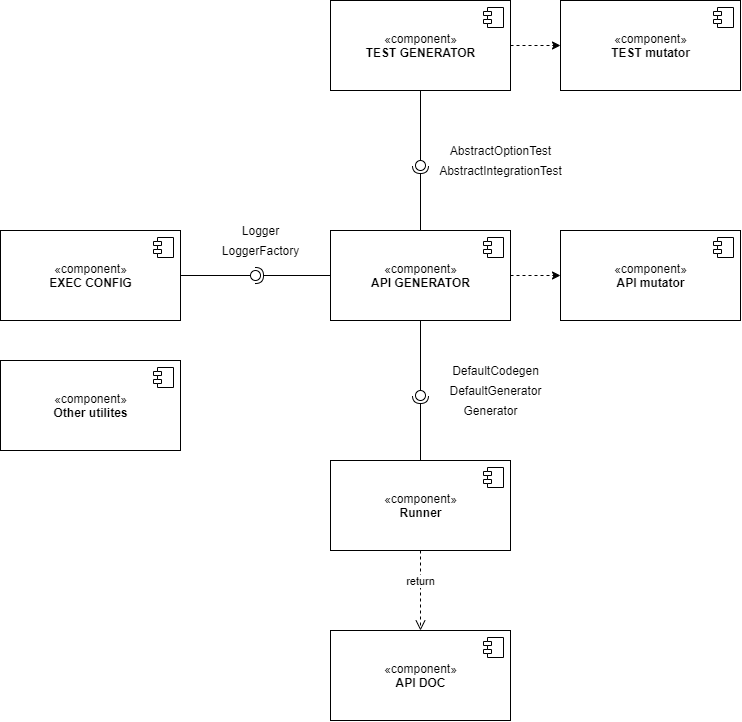
AISS-2021-L6-G02/AISS-2021-L6-G02 keeps this draw.io diagram as Documentos/Diagramas/diagrama componentes.png. Above is the earlier version. Source tidied: cells renumbered, new cells last; positions are measured from the earlier drawing's top-left corner, leaving out a move shared by most shapes.
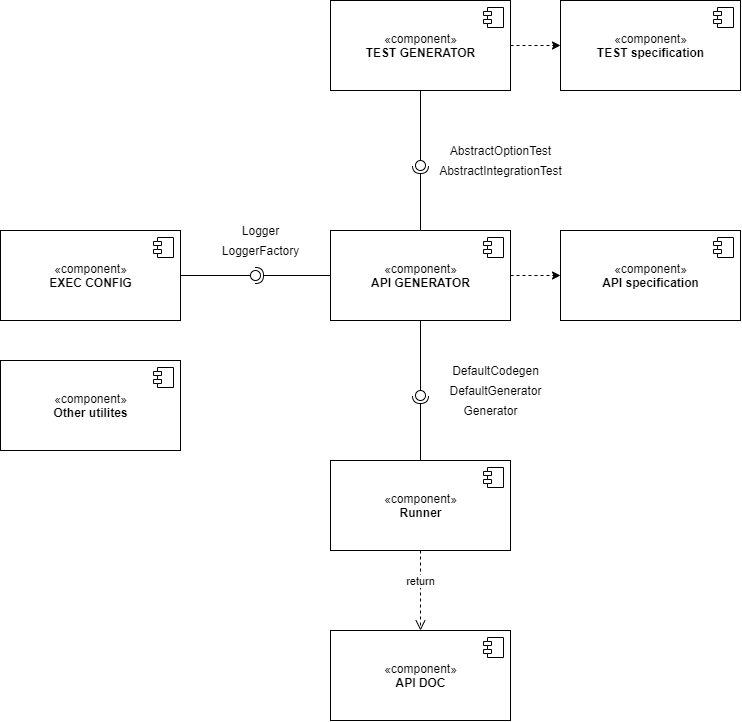
After the change.

Commit message:
few changes on functional view

Diff of the diagram source:
```diff
@@ -41,7 +41,7 @@
         <mxPoint x="-27" y="7" as="offset" />
       </mxGeometry>
     </mxCell>
-    <mxCell id="13" value="«component»&lt;br&gt;&lt;b&gt;API mutator&lt;/b&gt;" style="html=1;" parent="1" vertex="1">
+    <mxCell id="13" value="«component»&lt;br&gt;&lt;b&gt;API specification&lt;/b&gt;" style="html=1;" parent="1" vertex="1">
       <mxGeometry x="560" y="230" width="180" height="90" as="geometry" />
     </mxCell>
     <mxCell id="14" style="shape=module;jettyWidth=8;jettyHeight=4;" parent="13" vertex="1">
@@ -115,7 +115,7 @@
     <mxCell id="34" value="AbstractIntegrationTest" style="text;html=1;align=center;verticalAlign=middle;" parent="1" vertex="1">
       <mxGeometry x="430" y="160" width="140" height="20" as="geometry" />
     </mxCell>
-    <mxCell id="35" value="«component»&lt;br&gt;&lt;b&gt;TEST mutator&lt;/b&gt;" style="html=1;" parent="1" vertex="1">
+    <mxCell id="35" value="«component»&lt;br&gt;&lt;b&gt;TEST specification&lt;/b&gt;" style="html=1;" parent="1" vertex="1">
       <mxGeometry x="560" width="180" height="90" as="geometry" />
     </mxCell>
     <mxCell id="36" style="shape=module;jettyWidth=8;jettyHeight=4;" parent="35" vertex="1">
```
